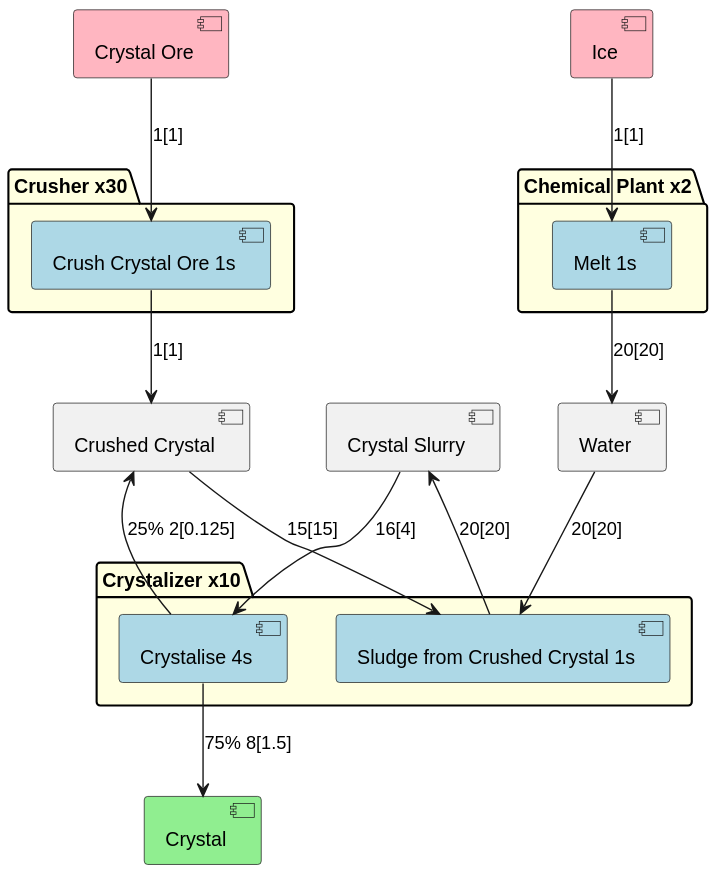
Thomas-De-Praetere/CrystalMod keeps this PlantUML diagram as Documentation/CrystalFlow.svg. Above is the earlier version.
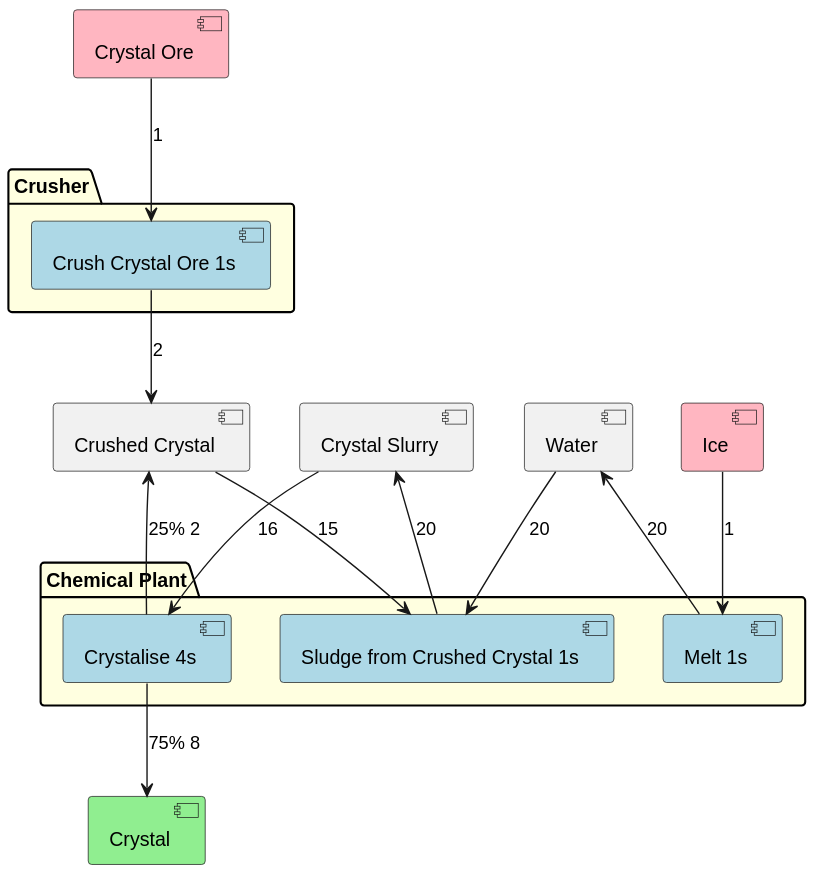
Later version of the same file.

Diff of the diagram source:
```diff
@@ -11,28 +11,26 @@
 
 [Crystal] as C #lightgreen
 
-package "Chemical Plant x2" #lightyellow {
+package "Chemical Plant" #lightyellow {
 [Melt 1s] as Me #lightblue
-}
-
-package "Crusher x30" #lightyellow {
-[Crush Crystal Ore 1s] as Cr #lightblue
-}
-
-package "Crystalizer x10" #lightyellow {
 [Sludge from Crushed Crystal 1s] as SCS #lightblue
 [Crystalise 4s] as CCF #lightblue
 }
 
+package "Crusher" #lightyellow {
+[Crush Crystal Ore 1s] as Cr #lightblue
+}
 
-CO --> Cr : 1[1]
-Cr --> CCr : 1[1]
-CCr --> SCS : 15[15]
-I --> Me : 1[1]
-Me --> W : 20[20]
-W --> SCS : 20[20]
-SCS --> CS : 20[20]
-CS --> CCF : 16[4]
-CCF --> C : 75% 8[1.5]
-CCF --> CCr : 25% 2[0.125]
+
+
+CO --> Cr : 1
+Cr --> CCr : 2
+CCr --> SCS : 15
+I --> Me : 1
+Me --> W : 20
+W --> SCS : 20
+SCS --> CS : 20
+CS --> CCF : 16
+CCF --> C : 75% 8
+CCF --> CCr : 25% 2
 @enduml
```
